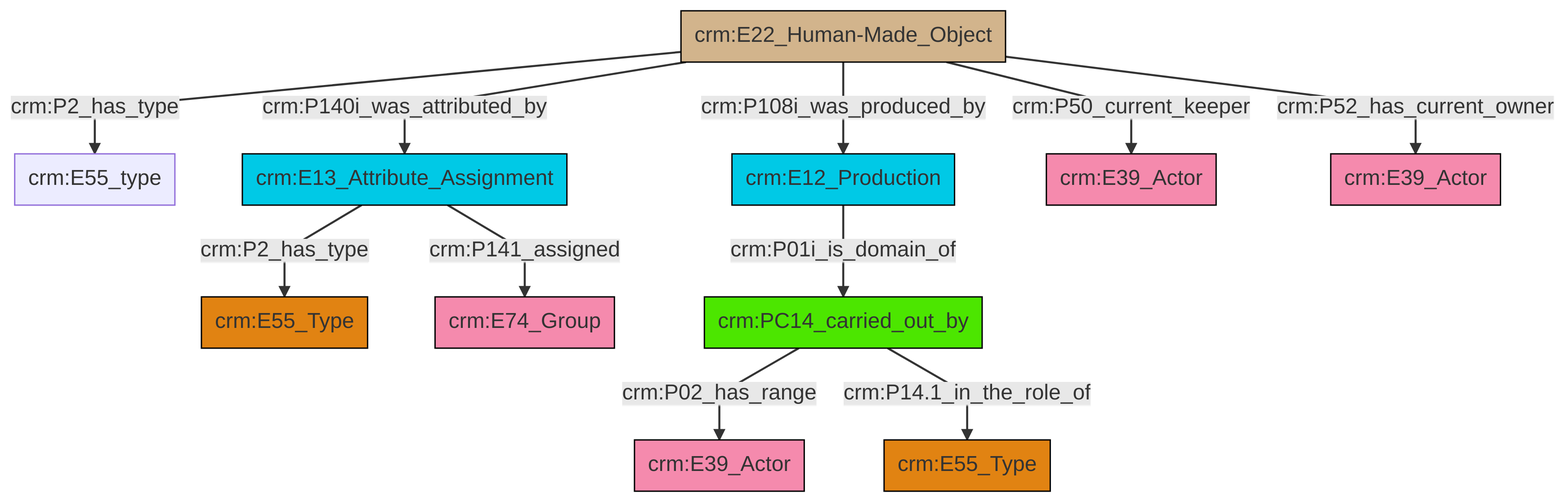
Before: et/artworkCSV/ttl/mmd/png/Artwork_Actor_Relations.png, a diagram exported from Mermaid (swiss-art-research-net/reference-data-models). Its source is kept beside it as et/artworkCSV/ttl/mmd/Artwork_Actor_Relations.ttl.mmd.
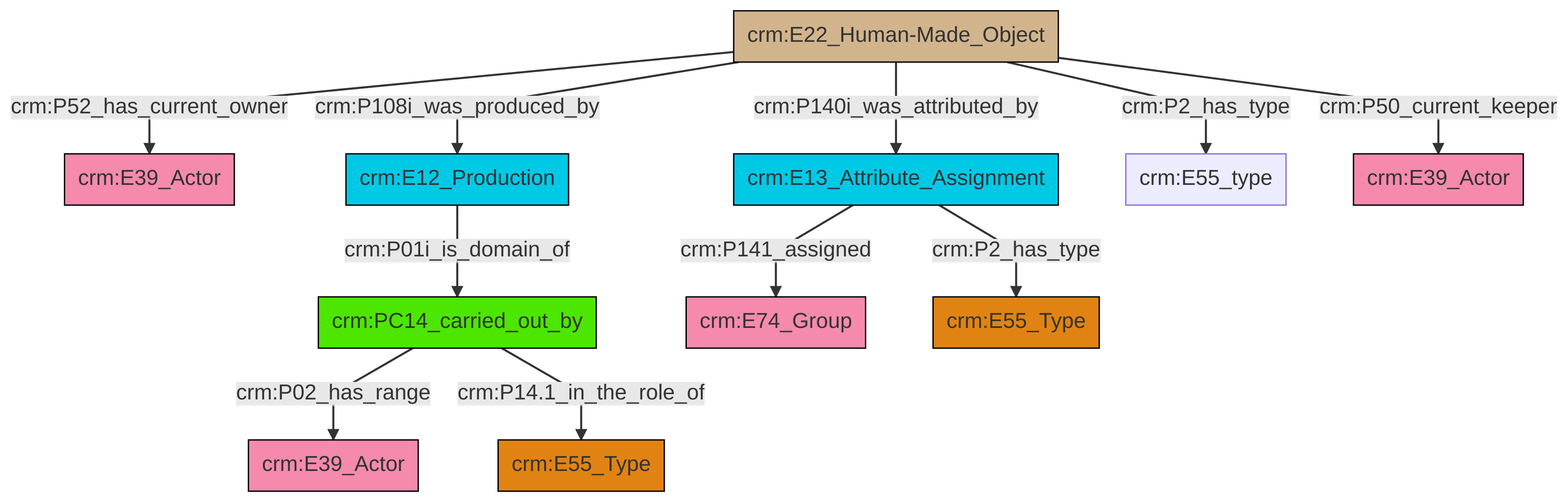
The same file after the commit.

Diff of the diagram source:
```diff
@@ -13,13 +13,13 @@
 classDef PC_Classes fill:#4ce600, stroke:#000000;
 classDef Multi fill:#cccccc,stroke:#000000;
 
-6["crm:E22_Human-Made_Object"]:::Physical_Thing -->|crm:P2_has_type| 7["crm:E55_type"]:::Default
-8["crm:E13_Attribute_Assignment"]:::Temporal_Entity -->|crm:P2_has_type| 4["crm:E55_Type"]:::Type
-11["crm:PC14_carried_out_by"]:::PC_Classes -->|crm:P02_has_range| 2["crm:E39_Actor"]:::Actor
-6["crm:E22_Human-Made_Object"]:::Physical_Thing -->|crm:P140i_was_attributed_by| 8["crm:E13_Attribute_Assignment"]:::Temporal_Entity
-6["crm:E22_Human-Made_Object"]:::Physical_Thing -->|crm:P108i_was_produced_by| 13["crm:E12_Production"]:::Temporal_Entity
-13["crm:E12_Production"]:::Temporal_Entity -->|crm:P01i_is_domain_of| 11["crm:PC14_carried_out_by"]:::PC_Classes
-6["crm:E22_Human-Made_Object"]:::Physical_Thing -->|crm:P50_current_keeper| 15["crm:E39_Actor"]:::Actor
-11["crm:PC14_carried_out_by"]:::PC_Classes -->|crm:P14.1_in_the_role_of| 9["crm:E55_Type"]:::Type
-6["crm:E22_Human-Made_Object"]:::Physical_Thing -->|crm:P52_has_current_owner| 0["crm:E39_Actor"]:::Actor
-8["crm:E13_Attribute_Assignment"]:::Temporal_Entity -->|crm:P141_assigned| 18["crm:E74_Group"]:::Actor
+0["crm:E22_Human-Made_Object"]:::Physical_Thing -->|crm:P52_has_current_owner| 1["crm:E39_Actor"]:::Actor
+2["crm:E12_Production"]:::Temporal_Entity -->|crm:P01i_is_domain_of| 3["crm:PC14_carried_out_by"]:::PC_Classes
+3["crm:PC14_carried_out_by"]:::PC_Classes -->|crm:P02_has_range| 6["crm:E39_Actor"]:::Actor
+4["crm:E13_Attribute_Assignment"]:::Temporal_Entity -->|crm:P141_assigned| 7["crm:E74_Group"]:::Actor
+0["crm:E22_Human-Made_Object"]:::Physical_Thing -->|crm:P2_has_type| 10["crm:E55_type"]:::Default
+0["crm:E22_Human-Made_Object"]:::Physical_Thing -->|crm:P50_current_keeper| 14["crm:E39_Actor"]:::Actor
+0["crm:E22_Human-Made_Object"]:::Physical_Thing -->|crm:P108i_was_produced_by| 2["crm:E12_Production"]:::Temporal_Entity
+0["crm:E22_Human-Made_Object"]:::Physical_Thing -->|crm:P140i_was_attributed_by| 4["crm:E13_Attribute_Assignment"]:::Temporal_Entity
+3["crm:PC14_carried_out_by"]:::PC_Classes -->|crm:P14.1_in_the_role_of| 18["crm:E55_Type"]:::Type
+4["crm:E13_Attribute_Assignment"]:::Temporal_Entity -->|crm:P2_has_type| 11["crm:E55_Type"]:::Type
```
